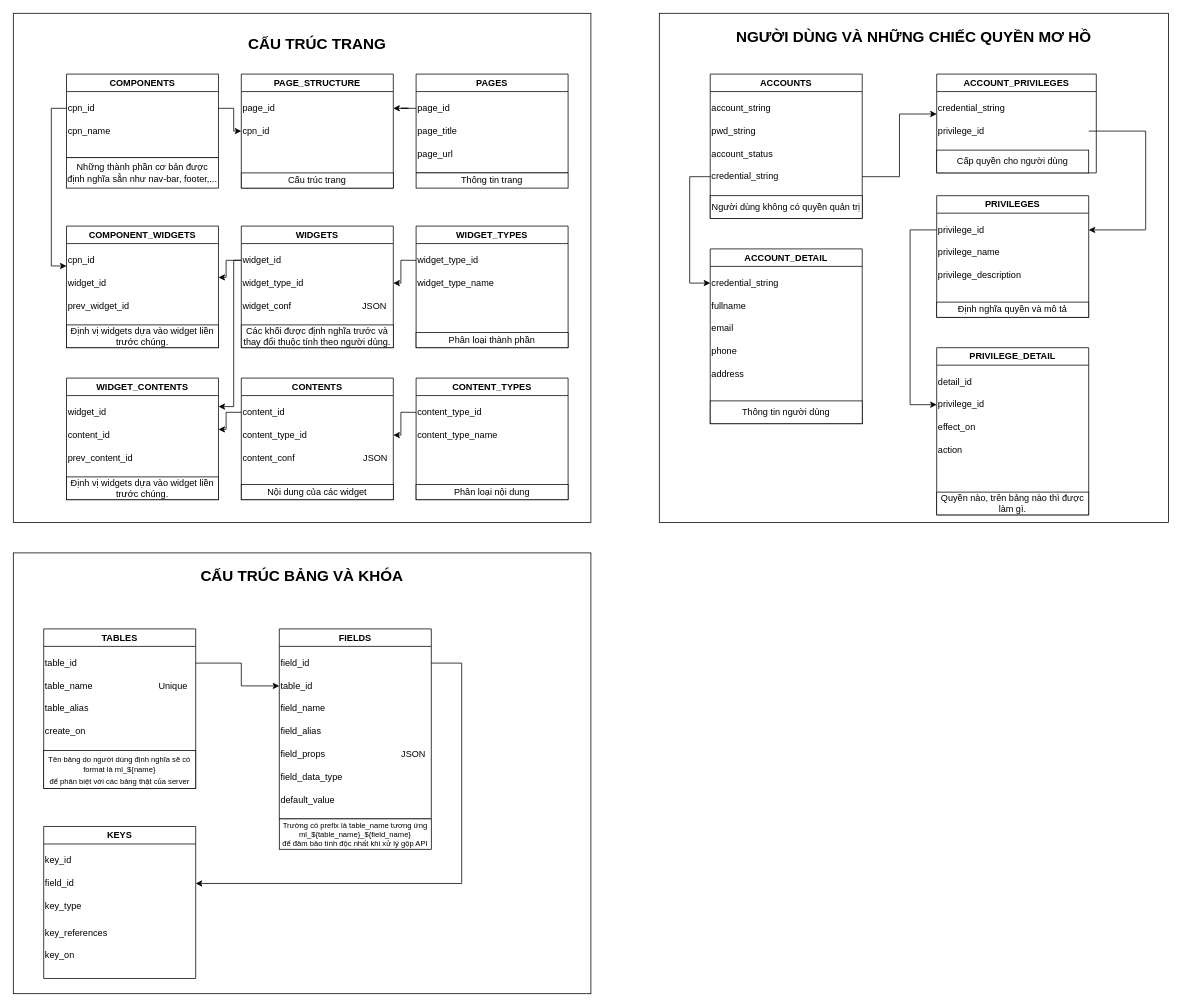
dbdev2912/khong_dc_khau_nghiep keeps this draw.io diagram as CoreData.drawio. Above is the earlier version. Source tidied: cells renumbered, new cells numbered last; positions are measured from the earlier drawing's top-left corner, leaving out a move shared by most shapes. Both pictures are drawn from the tidied source at 76%, with x=0, y=0 at pixel (13, 13).
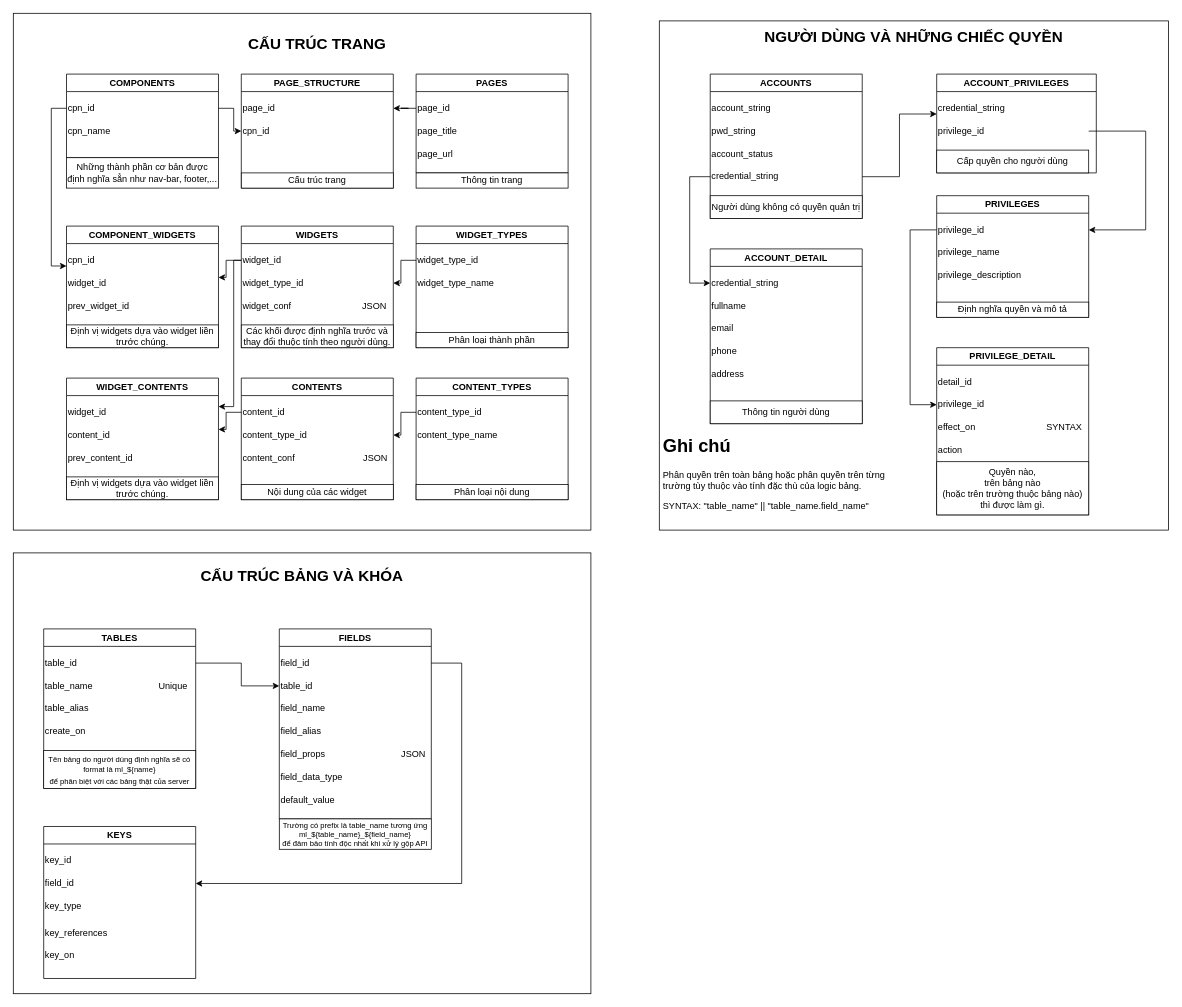
Above is the later version.

Commit message (it also covers changes not shown here):
Cập nhật CoreData.drawio

Unchanged cells that the change refers to:
```xml
<mxCell id="90" value="PRIVILEGE_DETAIL" style="swimlane;whiteSpace=wrap;html=1;fontSize=12;" parent="1" vertex="1">
  <mxGeometry x="1215" y="440" width="200" height="220" as="geometry" />
</mxCell>
```

Change to the diagram source:
```diff
@@
     <mxCell id="2" style="rounded=0;whiteSpace=wrap;html=1;fontSize=12;" parent="1" vertex="1">
-      <mxGeometry x="850" width="670" height="670" as="geometry" />
+      <mxGeometry x="850" y="10" width="670" height="670" as="geometry" />
     </mxCell>
@@
     <mxCell id="4" style="rounded=0;whiteSpace=wrap;html=1;" parent="1" vertex="1">
-      <mxGeometry width="760" height="670" as="geometry" />
+      <mxGeometry width="760" height="680" as="geometry" />
     </mxCell>
@@
-    <mxCell id="92" value="effect_on" style="text;html=1;strokeColor=none;fillColor=none;align=left;verticalAlign=middle;whiteSpace=wrap;rounded=0;fontSize=12;" parent="90" vertex="1">
+    <mxCell id="92" value="effect_on&amp;nbsp; &amp;nbsp; &amp;nbsp; &amp;nbsp; &amp;nbsp; &amp;nbsp; &amp;nbsp; &amp;nbsp; &amp;nbsp; &amp;nbsp; &amp;nbsp; &amp;nbsp; &amp;nbsp; &amp;nbsp; SYNTAX" style="text;html=1;strokeColor=none;fillColor=none;align=left;verticalAlign=middle;whiteSpace=wrap;rounded=0;fontSize=12;" parent="90" vertex="1">
       <mxGeometry y="90" width="200" height="30" as="geometry" />
     </mxCell>
@@
-    <mxCell id="94" value="Quyền nào, trên bảng nào thì được làm gì." style="rounded=0;whiteSpace=wrap;html=1;fontSize=12;" parent="90" vertex="1">
-      <mxGeometry y="190" width="200" height="30" as="geometry" />
+    <mxCell id="94" value="Quyền nào, &lt;br&gt;trên bảng nào &lt;br&gt;(hoặc trên trường thuộc bảng nào) &lt;br&gt;thì được làm gì." style="rounded=0;whiteSpace=wrap;html=1;fontSize=12;" parent="90" vertex="1">
+      <mxGeometry y="150" width="200" height="70" as="geometry" />
     </mxCell>
@@
-    <mxCell id="111" value="&lt;b&gt;&lt;font style=&quot;font-size: 20px;&quot;&gt;NGƯỜI DÙNG VÀ NHỮNG CHIẾC QUYỀN MƠ HỒ&lt;/font&gt;&lt;/b&gt;" style="text;html=1;strokeColor=none;fillColor=none;align=center;verticalAlign=middle;whiteSpace=wrap;rounded=0;" parent="1" vertex="1">
+    <mxCell id="111" value="&lt;b&gt;&lt;font style=&quot;font-size: 20px;&quot;&gt;NGƯỜI DÙNG VÀ NHỮNG CHIẾC QUYỀN&lt;/font&gt;&lt;/b&gt;" style="text;html=1;strokeColor=none;fillColor=none;align=center;verticalAlign=middle;whiteSpace=wrap;rounded=0;" parent="1" vertex="1">
       <mxGeometry x="850" width="670" height="60" as="geometry" />
     </mxCell>
+    <mxCell id="112" value="&lt;h1&gt;Ghi chú&lt;/h1&gt;&lt;p&gt;Phân quyền trên toàn bảng hoặc&amp;nbsp;&lt;span style=&quot;background-color: initial;&quot;&gt;phân quyền trên từng trường tùy thuộc vào tính đặc thù của logic bảng.&lt;/span&gt;&lt;/p&gt;&lt;p&gt;SYNTAX: &quot;table_name&quot; || &quot;table_name.field_name&quot;&amp;nbsp;&lt;/p&gt;" style="text;html=1;strokeColor=none;fillColor=none;spacing=5;spacingTop=-20;whiteSpace=wrap;overflow=hidden;rounded=0;fontSize=12;" parent="1" vertex="1">
+      <mxGeometry x="850" y="550" width="310" height="130" as="geometry" />
+    </mxCell>
```
